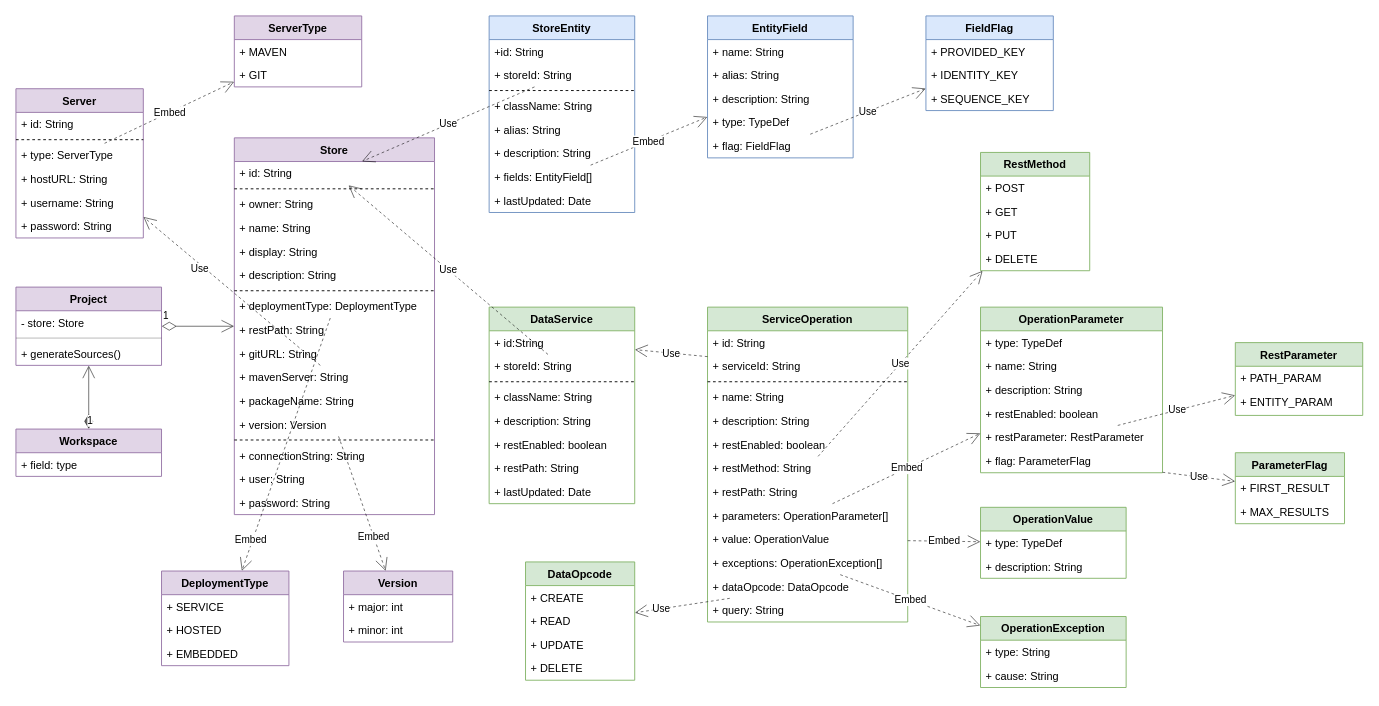
Earlier version of the draw.io diagram page "API Gateway Meta" (1 of 8) of doc/diagrams.drawio (js-lib-com/tiny-store). Source tidied: cells renumbered, new cells numbered last; positions are measured from the earlier drawing's top-left corner, leaving out a move shared by most shapes. Both pictures are drawn from the tidied source at 91%, with x=0, y=0 at pixel (15, 15).
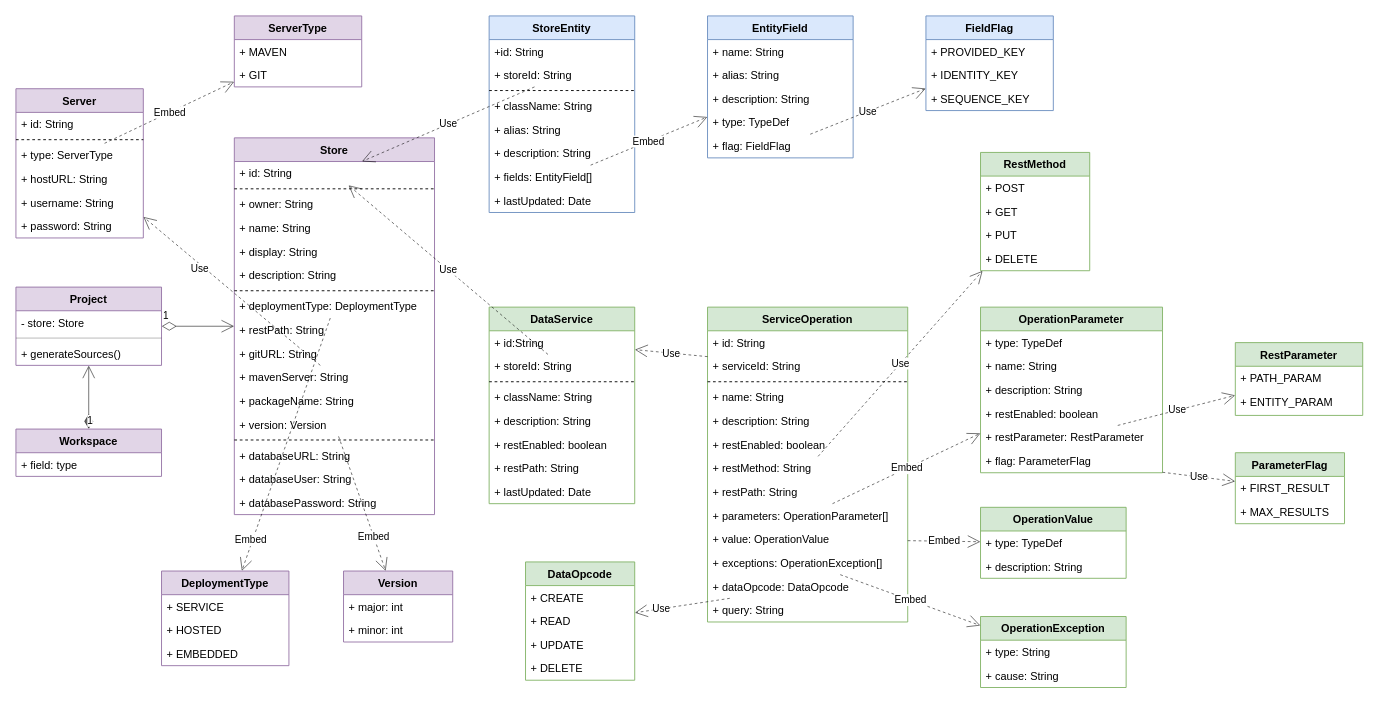
Above is the later version.

The change refers to these unchanged cells:
```xml
<mxCell id="2" value="Store" style="swimlane;fontStyle=1;align=center;verticalAlign=top;horizontal=1;startSize=26;rounded=0;fillColor=#e1d5e7;strokeColor=#9673a6;" parent="1" vertex="1">
  <mxGeometry x="240" y="134" width="220" height="414" as="geometry" />
</mxCell>
```

Diff of the diagram source:
```diff
@@
-    <mxCell id="17" value="+ connectionString: String" style="text;strokeColor=none;fillColor=none;align=left;verticalAlign=top;spacingLeft=4;spacingRight=4;overflow=hidden;rounded=0;opacity=30;" parent="2" vertex="1">
+    <mxCell id="17" value="+ databaseURL: String" style="text;strokeColor=none;fillColor=none;align=left;verticalAlign=top;spacingLeft=4;spacingRight=4;overflow=hidden;rounded=0;opacity=30;" parent="2" vertex="1">
       <mxGeometry y="336" width="220" height="26" as="geometry" />
     </mxCell>
-    <mxCell id="18" value="+ user: String" style="text;strokeColor=none;fillColor=none;align=left;verticalAlign=top;spacingLeft=4;spacingRight=4;overflow=hidden;rounded=0;opacity=30;" parent="2" vertex="1">
+    <mxCell id="18" value="+ databaseUser: String" style="text;strokeColor=none;fillColor=none;align=left;verticalAlign=top;spacingLeft=4;spacingRight=4;overflow=hidden;rounded=0;opacity=30;" parent="2" vertex="1">
       <mxGeometry y="362" width="220" height="26" as="geometry" />
     </mxCell>
-    <mxCell id="19" value="+ password: String" style="text;strokeColor=none;fillColor=none;align=left;verticalAlign=top;spacingLeft=4;spacingRight=4;overflow=hidden;rounded=0;opacity=30;" parent="2" vertex="1">
+    <mxCell id="19" value="+ databasePassword: String" style="text;strokeColor=none;fillColor=none;align=left;verticalAlign=top;spacingLeft=4;spacingRight=4;overflow=hidden;rounded=0;opacity=30;" parent="2" vertex="1">
       <mxGeometry y="388" width="220" height="26" as="geometry" />
     </mxCell>
```
